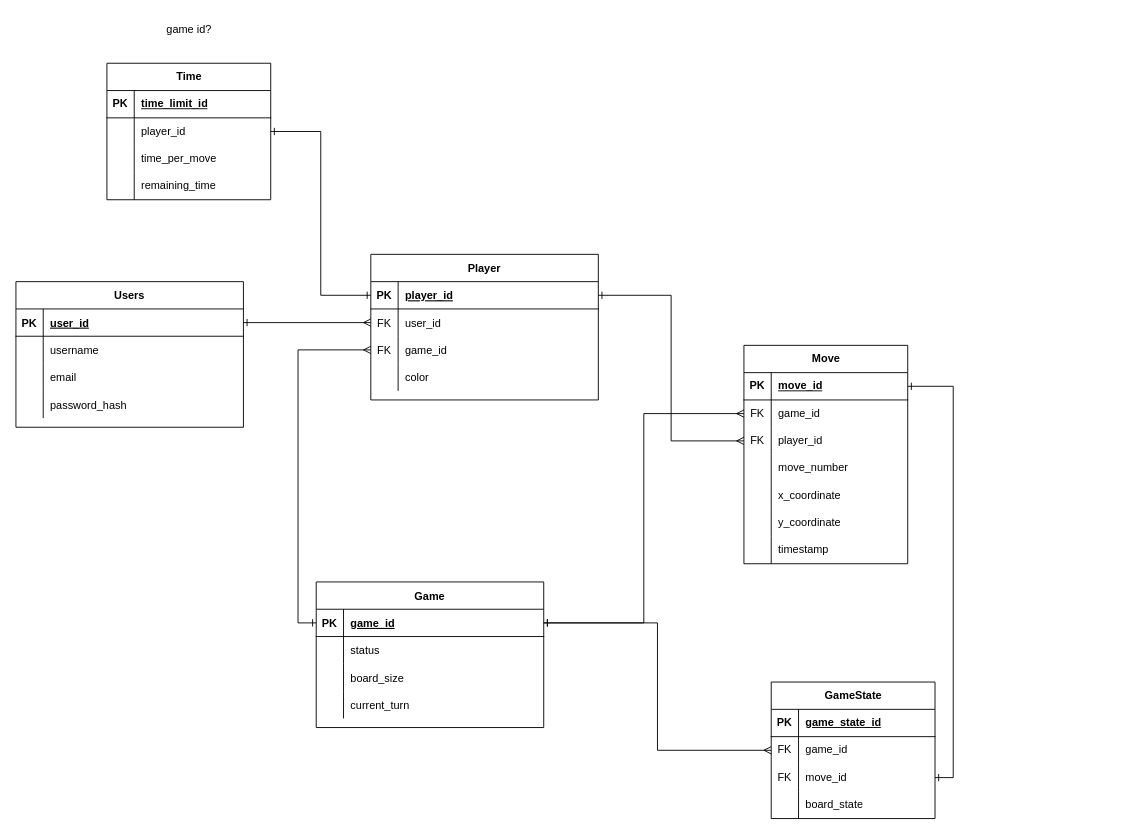
The draw.io diagram go.drawio in matveyGlush/go, before the edit. Source tidied: cells renumbered, new cells numbered last; positions are measured from the earlier drawing's top-left corner, leaving out a move shared by most shapes. Both pictures are drawn from the tidied source at 91%, with x=0, y=0 at pixel (15, 15).
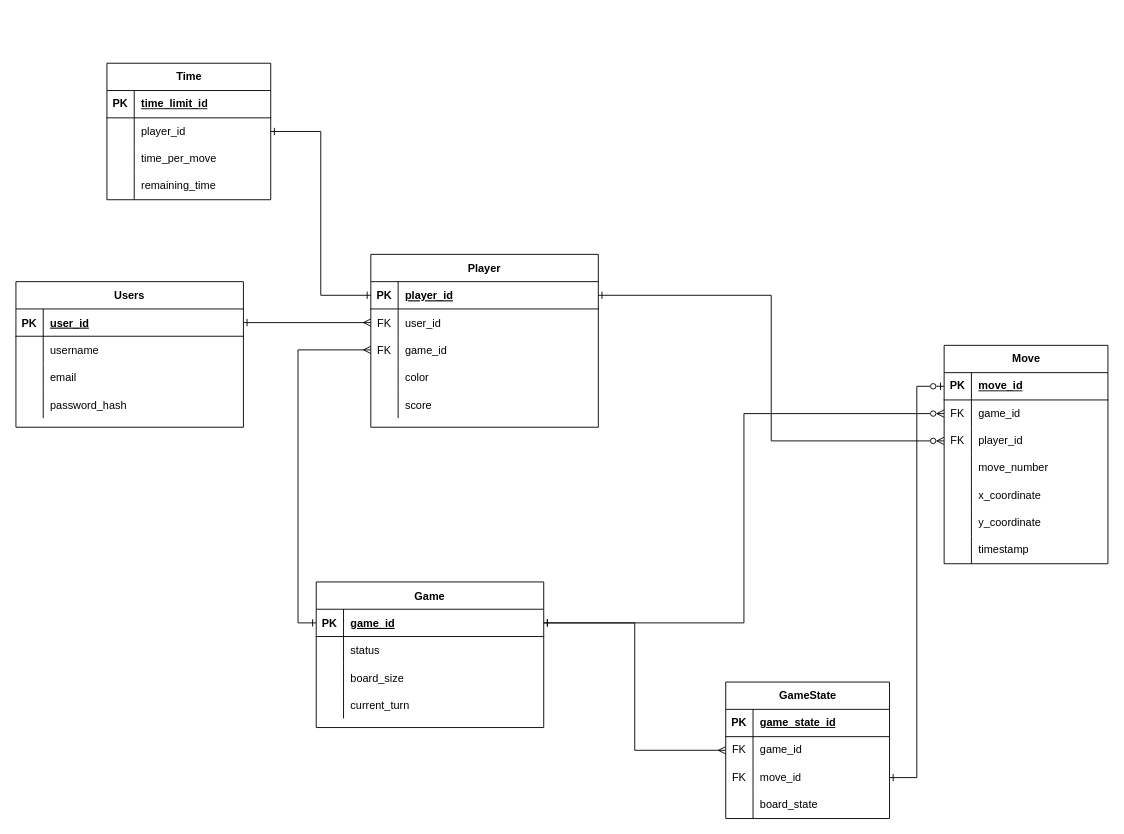
After the change.

Unchanged cells that the change refers to:
```xml
<mxCell id="3" style="shape=partialRectangle;fillColor=none;points=[[0,0.5],[1,0.5]];portConstraint=eastwest;top=0;left=0;right=0;bottom=1;" parent="2" vertex="1">
  <mxGeometry y="30" width="250" height="30" as="geometry" />
</mxCell>
<mxCell id="16" style="shape=partialRectangle;fillColor=none;points=[[0,0.5],[1,0.5]];portConstraint=eastwest;top=0;left=0;right=0;bottom=1;" parent="15" vertex="1">
  <mxGeometry y="30" width="250" height="30" as="geometry" />
</mxCell>
<mxCell id="42" style="shape=tableRow;horizontal=0;startSize=0;swimlaneHead=0;swimlaneBody=0;fillColor=none;points=[[0,0.5],[1,0.5]];portConstraint=eastwest;top=0;left=0;right=0;bottom=1;" parent="41" vertex="1">
  <mxGeometry y="30" width="180" height="30" as="geometry" />
</mxCell>
<mxCell id="45" style="shape=tableRow;horizontal=0;startSize=0;swimlaneHead=0;swimlaneBody=0;fillColor=none;points=[[0,0.5],[1,0.5]];portConstraint=eastwest;top=0;left=0;right=0;bottom=0;" parent="41" vertex="1">
  <mxGeometry y="60" width="180" height="30" as="geometry" />
</mxCell>
<mxCell id="48" style="shape=tableRow;horizontal=0;startSize=0;swimlaneHead=0;swimlaneBody=0;fillColor=none;points=[[0,0.5],[1,0.5]];portConstraint=eastwest;top=0;left=0;right=0;bottom=0;" parent="41" vertex="1">
  <mxGeometry y="90" width="180" height="30" as="geometry" />
</mxCell>
<mxCell id="70" style="shape=tableRow;horizontal=0;startSize=0;swimlaneHead=0;swimlaneBody=0;fillColor=none;points=[[0,0.5],[1,0.5]];portConstraint=eastwest;top=0;left=0;right=0;bottom=0;" parent="63" vertex="1">
  <mxGeometry y="90" width="180" height="30" as="geometry" />
</mxCell>
```

Change to the diagram source:
```diff
@@
     <mxCell id="15" value="Player" style="shape=table;startSize=30;childLayout=tableLayout;rowLines=0;fontStyle=1;align=center;" parent="1" vertex="1">
-      <mxGeometry x="390" y="262" width="250" height="160" as="geometry" />
+      <mxGeometry x="390" y="262" width="250" height="190" as="geometry" />
     </mxCell>
@@
+    <mxCell id="97" style="shape=partialRectangle;fillColor=none;top=0;left=0;right=0;bottom=0;" parent="15" vertex="1">
+      <mxGeometry y="150" width="250" height="30" as="geometry" />
+    </mxCell>
+    <mxCell id="98" style="shape=partialRectangle;overflow=hidden;fillColor=none;top=0;left=0;bottom=0;right=0;" parent="97" vertex="1">
+      <mxGeometry width="30" height="30" as="geometry" />
+    </mxCell>
+    <mxCell id="99" value="score" style="shape=partialRectangle;overflow=hidden;fillColor=none;top=0;left=0;bottom=0;right=0;align=left;spacingLeft=6;" parent="97" vertex="1">
+      <mxGeometry x="30" width="220" height="30" as="geometry" />
+    </mxCell>
@@
     <mxCell id="41" value="Move" style="shape=table;startSize=30;childLayout=tableLayout;rowLines=0;fontStyle=1;align=center;html=1;" parent="1" vertex="1">
-      <mxGeometry x="800" y="362" width="180" height="240" as="geometry" />
+      <mxGeometry x="1020" y="362" width="180" height="240" as="geometry" />
     </mxCell>
@@
     <mxCell id="63" value="GameState" style="shape=table;startSize=30;childLayout=tableLayout;rowLines=0;fontStyle=1;align=center;html=1;" parent="1" vertex="1">
-      <mxGeometry x="830" y="732" width="180" height="150" as="geometry" />
+      <mxGeometry x="780" y="732" width="180" height="150" as="geometry" />
     </mxCell>
@@
-    <mxCell id="91" style="edgeStyle=orthogonalEdgeStyle;rounded=0;jettySize=auto;html=1;entryX=0;entryY=0.5;entryDx=0;entryDy=0;startArrow=ERone;startFill=0;endArrow=ERmany;endFill=0;" parent="1" edge="1" source="16" target="48">
+    <mxCell id="91" style="edgeStyle=orthogonalEdgeStyle;rounded=0;jettySize=auto;html=1;entryX=0;entryY=0.5;entryDx=0;entryDy=0;startArrow=ERone;startFill=0;endArrow=ERzeroToMany;endFill=0;" parent="1" edge="1" source="16" target="48">
       <mxGeometry relative="1" as="geometry" />
     </mxCell>
@@
-    <mxCell id="93" style="edgeStyle=orthogonalEdgeStyle;rounded=0;jettySize=auto;html=1;entryX=0;entryY=0.5;entryDx=0;entryDy=0;startArrow=ERone;startFill=0;endArrow=ERmany;endFill=0;" parent="1" edge="1" source="3" target="45">
+    <mxCell id="93" style="edgeStyle=orthogonalEdgeStyle;rounded=0;jettySize=auto;html=1;entryX=0;entryY=0.5;entryDx=0;entryDy=0;startArrow=ERone;startFill=0;endArrow=ERzeroToMany;endFill=0;" parent="1" edge="1" source="3" target="45">
       <mxGeometry relative="1" as="geometry" />
     </mxCell>
@@
-    <mxCell id="95" value="game id?" style="text;html=1;align=center;verticalAlign=middle;strokeColor=none;fillColor=none;" parent="1" vertex="1">
-      <mxGeometry x="155" width="70" height="30" as="geometry" />
-    </mxCell>
-    <mxCell id="96" style="edgeStyle=orthogonalEdgeStyle;rounded=0;jettySize=auto;html=1;entryX=1;entryY=0.5;entryDx=0;entryDy=0;startArrow=ERone;startFill=0;endArrow=ERone;endFill=0;" parent="1" edge="1" source="42" target="70">
+    <mxCell id="96" style="edgeStyle=orthogonalEdgeStyle;rounded=0;jettySize=auto;html=1;entryX=1;entryY=0.5;entryDx=0;entryDy=0;startArrow=ERzeroToOne;startFill=0;endArrow=ERone;endFill=0;" parent="1" edge="1" source="42" target="70">
       <mxGeometry relative="1" as="geometry" />
     </mxCell>
```
